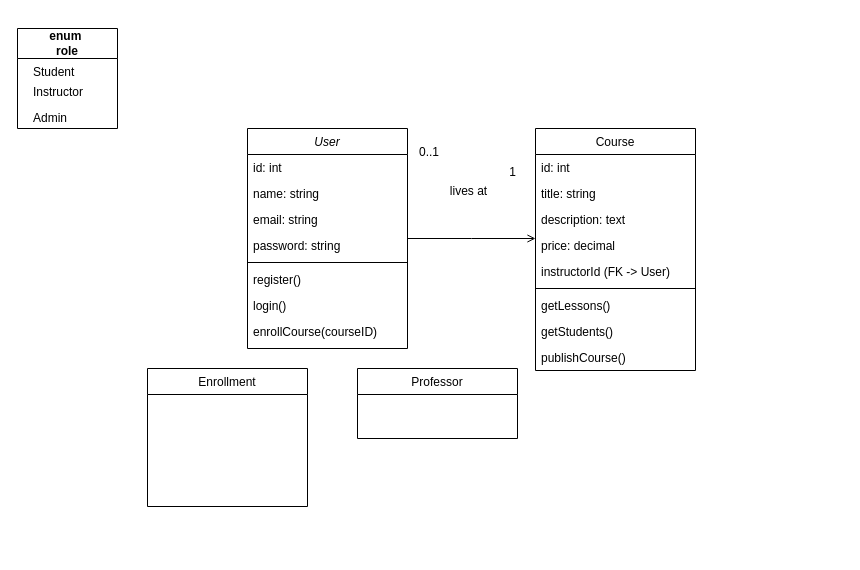
Before: page "Class Diagram" (1 of 2) of ClassDiagram.drawio in Sovannrathh/Web, a draw.io diagram. Source tidied: cells renumbered, new cells numbered last; positions are measured from the earlier drawing's top-left corner, leaving out a move shared by most shapes. Both pictures are drawn from the tidied source at 100%, with x=0, y=0 at pixel (17, 28).
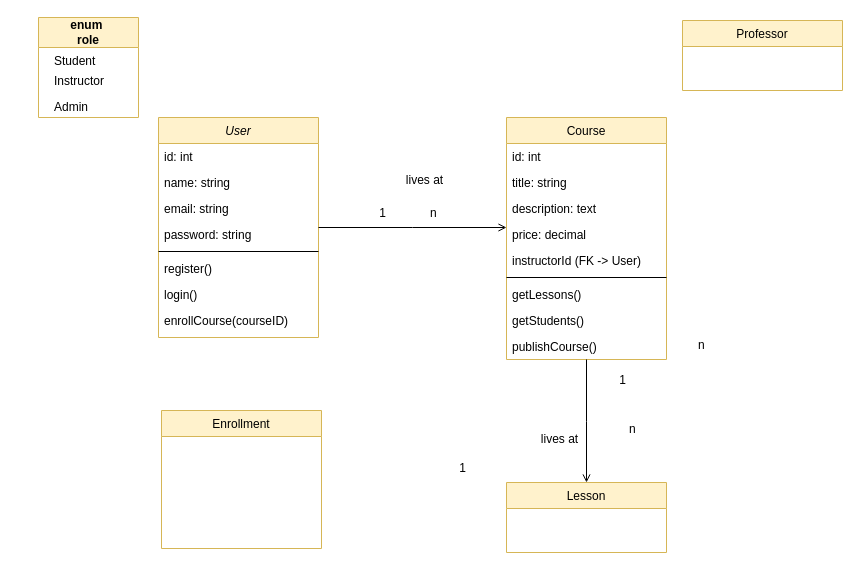
After the change.

The change refers to these unchanged cells:
```xml
<mxCell id="23" style="endArrow=open;shadow=0;strokeWidth=1;rounded=0;curved=0;endFill=1;edgeStyle=elbowEdgeStyle;elbow=vertical;" parent="1" edge="1" source="2" target="13">
  <mxGeometry x="0.5" y="41" relative="1" as="geometry">
    <mxPoint x="-40" y="32" as="offset" />
  </mxGeometry>
</mxCell>
```

The edit, as a diff of the source:
```diff
@@
-<mxGraphModel>
+<mxGraphModel background="#ffffff">
@@
-    <mxCell id="2" value="User" style="swimlane;fontStyle=2;align=center;verticalAlign=top;horizontal=1;startSize=26;rounded=0;shadow=0;strokeWidth=1;" parent="1" vertex="1">
-      <mxGeometry x="230" y="100" width="160" height="220" as="geometry" />
+    <mxCell id="2" value="User" style="swimlane;fontStyle=2;align=center;verticalAlign=top;horizontal=1;startSize=26;rounded=0;shadow=0;strokeWidth=1;fillColor=#fff2cc;strokeColor=#d6b656;" parent="1" vertex="1">
+      <mxGeometry x="141" y="89" width="160" height="220" as="geometry" />
     </mxCell>
@@
-    <mxCell id="11" value="Enrollment" style="swimlane;fontStyle=0;align=center;verticalAlign=top;horizontal=1;startSize=26;rounded=0;shadow=0;strokeWidth=1;" parent="1" vertex="1">
-      <mxGeometry x="130" y="340" width="160" height="138" as="geometry" />
+    <mxCell id="11" value="Enrollment" style="swimlane;fontStyle=0;align=center;verticalAlign=top;horizontal=1;startSize=26;rounded=0;shadow=0;strokeWidth=1;fillColor=#fff2cc;strokeColor=#d6b656;" parent="1" vertex="1">
+      <mxGeometry x="144" y="382" width="160" height="138" as="geometry" />
     </mxCell>
-    <mxCell id="12" value="Professor" style="swimlane;fontStyle=0;align=center;verticalAlign=top;horizontal=1;startSize=26;rounded=0;shadow=0;strokeWidth=1;" parent="1" vertex="1">
-      <mxGeometry x="340" y="340" width="160" height="70" as="geometry" />
+    <mxCell id="12" value="Professor" style="swimlane;fontStyle=0;align=center;verticalAlign=top;horizontal=1;startSize=26;rounded=0;shadow=0;strokeWidth=1;fillColor=#fff2cc;strokeColor=#d6b656;" parent="1" vertex="1">
+      <mxGeometry x="665" y="-8" width="160" height="70" as="geometry" />
     </mxCell>
-    <mxCell id="13" value="Course" style="swimlane;fontStyle=0;align=center;verticalAlign=top;horizontal=1;startSize=26;rounded=0;shadow=0;strokeWidth=1;" parent="1" vertex="1">
-      <mxGeometry x="518" y="100" width="160" height="242" as="geometry" />
+    <mxCell id="13" value="Course" style="swimlane;fontStyle=0;align=center;verticalAlign=top;horizontal=1;startSize=26;rounded=0;shadow=0;strokeWidth=1;fillColor=#fff2cc;strokeColor=#d6b656;" parent="1" vertex="1">
+      <mxGeometry x="489" y="89" width="160" height="242" as="geometry" />
     </mxCell>
@@
     <mxCell id="22" value="publishCourse()" style="text;align=left;verticalAlign=top;spacingLeft=4;spacingRight=4;overflow=hidden;" parent="13" vertex="1">
-      <mxGeometry y="216" width="160" height="26" as="geometry" />
+      <mxGeometry y="216" width="160" height="24" as="geometry" />
     </mxCell>
@@
-    <mxCell id="24" value="0..1" style="align=left;verticalAlign=bottom;labelBackgroundColor=none;fontSize=12;" parent="23" vertex="1">
+    <mxCell id="24" value="n" style="align=left;verticalAlign=bottom;labelBackgroundColor=none;fontSize=12;" parent="23" vertex="1">
       <mxGeometry x="-1" relative="1" as="geometry">
-        <mxPoint x="10" y="-78" as="offset" />
+        <mxPoint x="110" y="-6" as="offset" />
       </mxGeometry>
     </mxCell>
     <mxCell id="25" value="1" style="align=right;verticalAlign=bottom;labelBackgroundColor=none;fontSize=12;" parent="23" vertex="1">
       <mxGeometry x="1" relative="1" as="geometry">
-        <mxPoint x="-18" y="-58" as="offset" />
+        <mxPoint x="-119" y="-6" as="offset" />
       </mxGeometry>
     </mxCell>
@@
-    <mxCell id="27" value="enum&amp;nbsp;&lt;div&gt;role&lt;/div&gt;" style="swimlane;whiteSpace=wrap;html=1;startSize=30;" parent="1" vertex="1">
-      <mxGeometry width="100" height="100" as="geometry" />
+    <mxCell id="27" value="enum&amp;nbsp;&lt;div&gt;role&lt;/div&gt;" style="swimlane;whiteSpace=wrap;html=1;startSize=30;fillColor=#fff2cc;strokeColor=#d6b656;" parent="1" vertex="1">
+      <mxGeometry x="21" y="-11" width="100" height="100" as="geometry" />
     </mxCell>
@@
+    <mxCell id="31" value="Lesson" style="swimlane;fontStyle=0;align=center;verticalAlign=top;horizontal=1;startSize=26;rounded=0;shadow=0;strokeWidth=1;fillColor=#fff2cc;strokeColor=#d6b656;" parent="1" vertex="1">
+      <mxGeometry x="489" y="454" width="160" height="70" as="geometry" />
+    </mxCell>
+    <mxCell id="32" value="1" style="align=right;verticalAlign=bottom;labelBackgroundColor=none;fontSize=12;" parent="1" vertex="1">
+      <mxGeometry x="610" y="360" as="geometry" />
+    </mxCell>
+    <mxCell id="33" value="n" style="align=left;verticalAlign=bottom;labelBackgroundColor=none;fontSize=12;" parent="1" vertex="1">
+      <mxGeometry x="610" y="409" as="geometry" />
+    </mxCell>
+    <mxCell id="34" style="endArrow=open;shadow=0;strokeWidth=1;rounded=0;curved=0;endFill=1;edgeStyle=elbowEdgeStyle;elbow=vertical;entryX=0.5;entryY=0;entryDx=0;entryDy=0;exitX=0.5;exitY=1;exitDx=0;exitDy=0;" parent="1" edge="1" source="13" target="31">
+      <mxGeometry x="0.5" y="41" relative="1" as="geometry">
+        <mxPoint x="-40" y="32" as="offset" />
+      </mxGeometry>
+    </mxCell>
+    <mxCell id="35" value="n" style="align=left;verticalAlign=bottom;labelBackgroundColor=none;fontSize=12;" parent="34" vertex="1">
+      <mxGeometry x="-1" relative="1" as="geometry">
+        <mxPoint x="110" y="-6" as="offset" />
+      </mxGeometry>
+    </mxCell>
+    <mxCell id="36" value="1" style="align=right;verticalAlign=bottom;labelBackgroundColor=none;fontSize=12;" parent="34" vertex="1">
+      <mxGeometry x="1" relative="1" as="geometry">
+        <mxPoint x="-119" y="-6" as="offset" />
+      </mxGeometry>
+    </mxCell>
+    <mxCell id="37" value="lives at" style="text;html=1;align=center;verticalAlign=middle;labelBackgroundColor=none;rounded=0;shadow=0;strokeWidth=1;fontSize=12;" parent="34" vertex="1">
+      <mxGeometry x="0.5" y="49" relative="1" as="geometry">
+        <mxPoint x="-77" y="-13" as="offset" />
+      </mxGeometry>
+    </mxCell>
```
